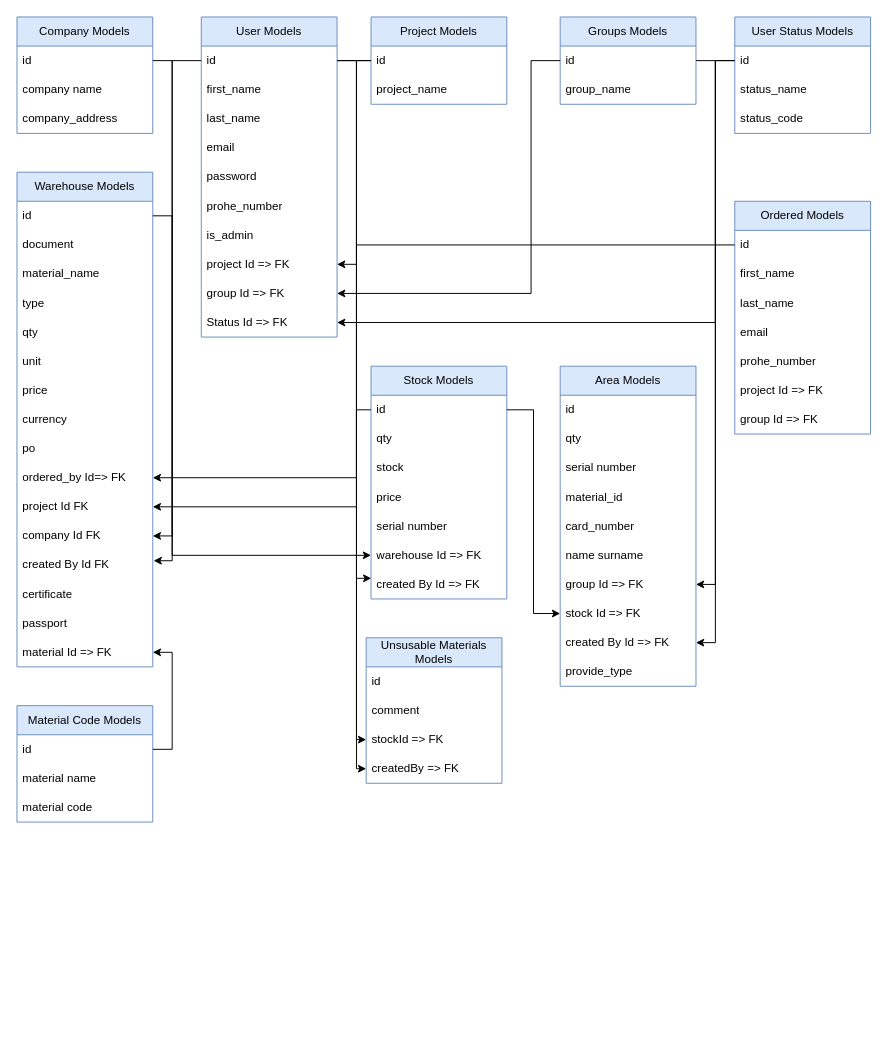
cavidanbagiri/warehouse-management-server keeps this draw.io diagram as DatabaseDiagram.drawio. Above is the earlier version. Source tidied: cells renumbered, new cells numbered last; positions are measured from the earlier drawing's top-left corner, leaving out a move shared by most shapes. Both pictures are drawn from the tidied source at 97%, with x=0, y=0 at pixel (16, 16).
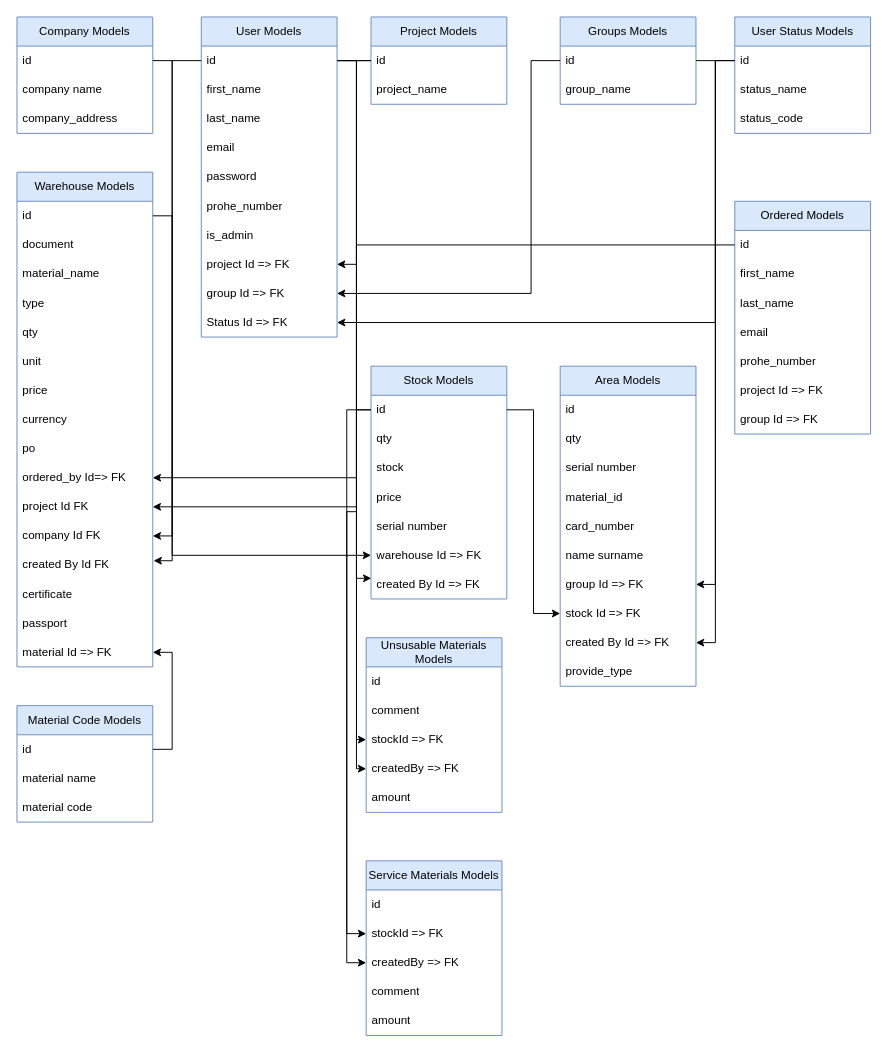
The same page after the edit.

Commit message (it also covers changes not shown here):
Create set service for material and functionality

The change refers to these unchanged cells:
```xml
<mxCell id="3" value="id" style="text;strokeColor=none;fillColor=none;align=left;verticalAlign=middle;spacingLeft=4;spacingRight=4;overflow=hidden;points=[[0,0.5],[1,0.5]];portConstraint=eastwest;whiteSpace=wrap;html=1;" parent="2" vertex="1">
  <mxGeometry y="30" width="140" height="30" as="geometry" />
</mxCell>
<mxCell id="51" value="id" style="text;strokeColor=none;fillColor=none;align=left;verticalAlign=middle;spacingLeft=4;spacingRight=4;overflow=hidden;points=[[0,0.5],[1,0.5]];portConstraint=eastwest;whiteSpace=wrap;html=1;" parent="50" vertex="1">
  <mxGeometry y="30" width="140" height="30" as="geometry" />
</mxCell>
```

Diff of the diagram source:
```diff
@@
     <mxCell id="88" value="Unsusable Materials Models" style="swimlane;fontStyle=0;horizontal=1;startSize=30;whiteSpace=wrap;html=1;fillColor=#dae8fc;strokeColor=#6c8ebf;" parent="1" vertex="1">
-      <mxGeometry x="360" y="640" width="140" height="150" as="geometry" />
+      <mxGeometry x="360" y="640" width="140" height="180" as="geometry" />
     </mxCell>
@@
+    <mxCell id="95" value="amount" style="text;strokeColor=none;fillColor=none;align=left;verticalAlign=middle;spacingLeft=4;spacingRight=4;overflow=hidden;whiteSpace=wrap;html=1;" parent="88" vertex="1">
+      <mxGeometry y="150" width="140" height="30" as="geometry" />
+    </mxCell>
@@
+    <mxCell id="96" value="Service Materials Models" style="swimlane;fontStyle=0;horizontal=1;startSize=30;whiteSpace=wrap;html=1;fillColor=#dae8fc;strokeColor=#6c8ebf;" parent="1" vertex="1">
+      <mxGeometry x="360" y="870" width="140" height="180" as="geometry" />
+    </mxCell>
+    <mxCell id="97" value="id" style="text;strokeColor=none;fillColor=none;align=left;verticalAlign=middle;spacingLeft=4;spacingRight=4;overflow=hidden;whiteSpace=wrap;html=1;" parent="96" vertex="1">
+      <mxGeometry y="30" width="140" height="30" as="geometry" />
+    </mxCell>
+    <mxCell id="98" value="stockId =&amp;gt; FK" style="text;strokeColor=none;fillColor=none;align=left;verticalAlign=middle;spacingLeft=4;spacingRight=4;overflow=hidden;points=[[0,0.5],[1,0.5]];portConstraint=eastwest;whiteSpace=wrap;html=1;" parent="96" vertex="1">
+      <mxGeometry y="60" width="140" height="30" as="geometry" />
+    </mxCell>
+    <mxCell id="99" value="createdBy =&amp;gt; FK" style="text;strokeColor=none;fillColor=none;align=left;verticalAlign=middle;spacingLeft=4;spacingRight=4;overflow=hidden;points=[[0,0.5],[1,0.5]];portConstraint=eastwest;whiteSpace=wrap;html=1;" parent="96" vertex="1">
+      <mxGeometry y="90" width="140" height="30" as="geometry" />
+    </mxCell>
+    <mxCell id="100" value="comment" style="text;strokeColor=none;fillColor=none;align=left;verticalAlign=middle;spacingLeft=4;spacingRight=4;overflow=hidden;whiteSpace=wrap;html=1;" parent="96" vertex="1">
+      <mxGeometry y="120" width="140" height="30" as="geometry" />
+    </mxCell>
+    <mxCell id="101" value="amount" style="text;strokeColor=none;fillColor=none;align=left;verticalAlign=middle;spacingLeft=4;spacingRight=4;overflow=hidden;whiteSpace=wrap;html=1;" parent="96" vertex="1">
+      <mxGeometry y="150" width="140" height="30" as="geometry" />
+    </mxCell>
+    <mxCell id="102" style="edgeStyle=orthogonalEdgeStyle;rounded=0;jettySize=auto;html=1;entryX=0;entryY=0.5;entryDx=0;entryDy=0;" parent="1" edge="1" source="51" target="98">
+      <mxGeometry relative="1" as="geometry" />
+    </mxCell>
+    <mxCell id="103" style="edgeStyle=orthogonalEdgeStyle;rounded=0;jettySize=auto;html=1;entryX=0;entryY=0.5;entryDx=0;entryDy=0;" parent="1" edge="1" source="3" target="99">
+      <mxGeometry relative="1" as="geometry" />
+    </mxCell>
```
